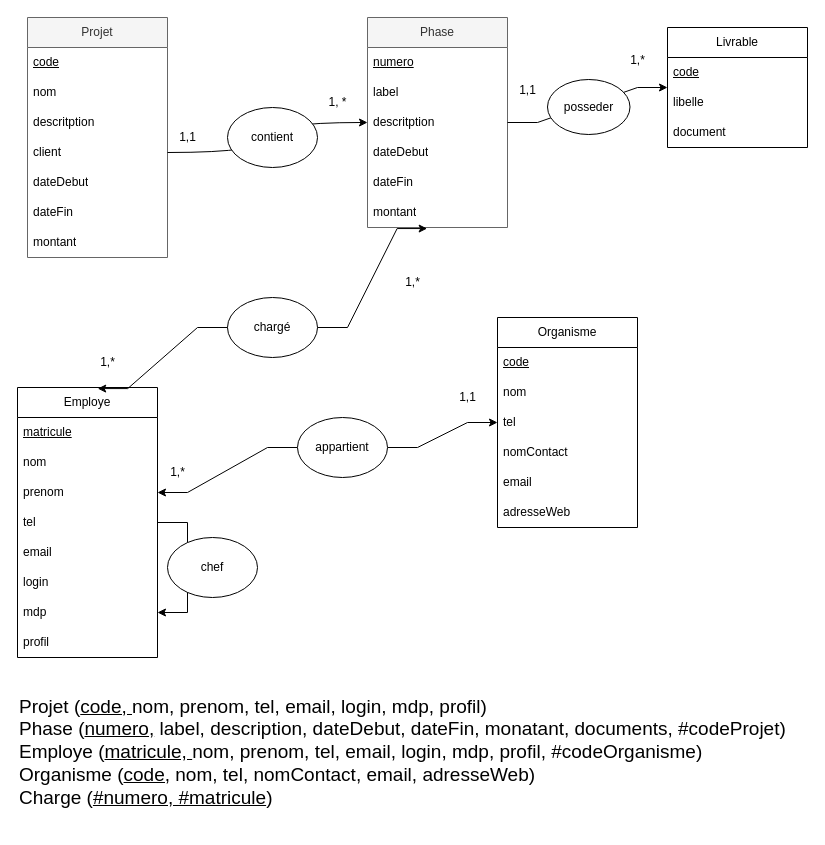
The draw.io diagram TD1 MERISE (LP ISIR).drawio in black-purple/diagrams, before the edit. Source tidied: cells renumbered, new cells numbered last; positions are measured from the earlier drawing's top-left corner, leaving out a move shared by most shapes. Both pictures are drawn from the tidied source at 100%, with x=0, y=0 at pixel (17, 17).
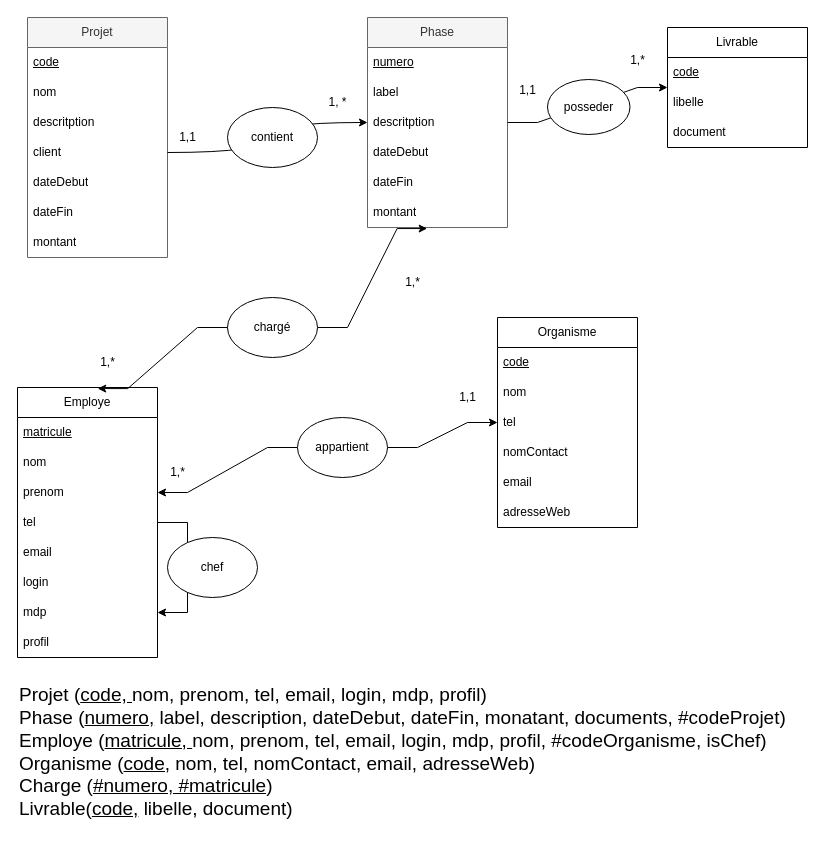
The same page after the edit.

The edit, as a diff of the source:
```diff
@@
-    <mxCell id="47" value="&lt;font style=&quot;font-size: 19px;&quot;&gt;Projet (&lt;u&gt;code, &lt;/u&gt;nom, prenom, tel, email, login, mdp, profil)&lt;br&gt;Phase (&lt;u&gt;numero,&lt;/u&gt;&amp;nbsp;label, description, dateDebut, dateFin, monatant, documents, #codeProjet)&lt;br&gt;Employe (&lt;u&gt;matricule,&amp;nbsp;&lt;/u&gt;nom, prenom, tel, email, login, mdp, profil, #codeOrganisme)&lt;br&gt;Organisme (&lt;u&gt;code,&lt;/u&gt; nom, tel, nomContact, email, adresseWeb)&lt;br&gt;Charge (&lt;u&gt;#numero, #matricule&lt;/u&gt;)&lt;/font&gt;" style="text;html=1;align=left;verticalAlign=middle;strokeColor=none;fillColor=none;strokeWidth=0;" parent="1" vertex="1">
-      <mxGeometry y="670" width="790" height="130" as="geometry" />
+    <mxCell id="47" value="&lt;font style=&quot;font-size: 19px;&quot;&gt;Projet (&lt;u&gt;code, &lt;/u&gt;nom, prenom, tel, email, login, mdp, profil)&lt;br&gt;Phase (&lt;u&gt;numero,&lt;/u&gt;&amp;nbsp;label, description, dateDebut, dateFin, monatant, documents, #codeProjet)&lt;br&gt;Employe (&lt;u&gt;matricule,&amp;nbsp;&lt;/u&gt;nom, prenom, tel, email, login, mdp, profil, #codeOrganisme, isChef)&lt;br&gt;Organisme (&lt;u&gt;code,&lt;/u&gt; nom, tel, nomContact, email, adresseWeb)&lt;br&gt;Charge (&lt;u&gt;#numero, #matricule&lt;/u&gt;)&lt;br&gt;Livrable(&lt;u&gt;code,&lt;/u&gt;&amp;nbsp;libelle, document)&lt;br&gt;&lt;/font&gt;" style="text;html=1;align=left;verticalAlign=middle;strokeColor=none;fillColor=none;strokeWidth=0;" parent="1" vertex="1">
+      <mxGeometry y="660" width="790" height="150" as="geometry" />
     </mxCell>
```
